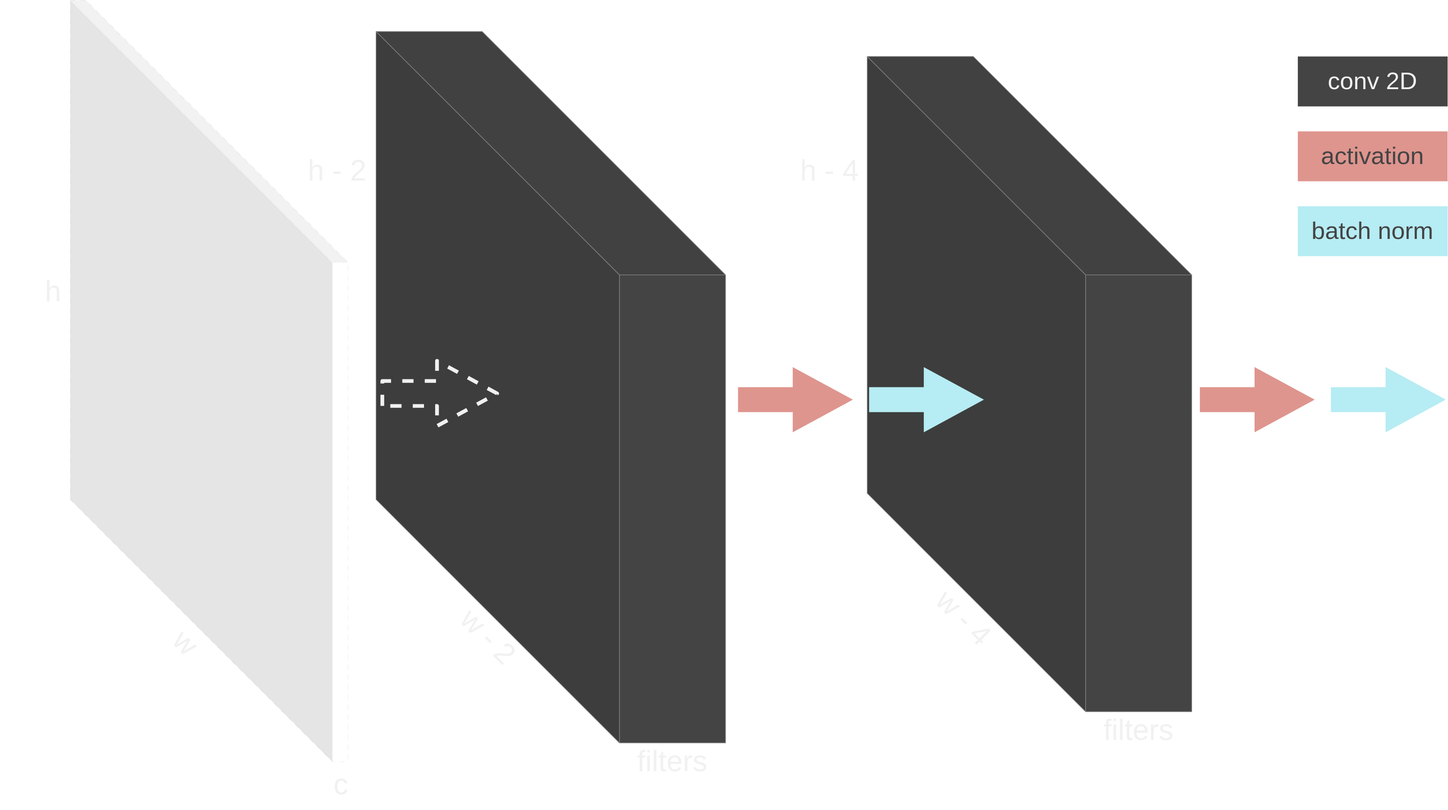
Before: sphinx/images/downsample_conv2d.svg, a diagram exported from draw.io (theNewFlesh/flatiron). Source tidied: cells renumbered, new cells last; positions are measured from the earlier drawing's top-left corner, leaving out a move shared by most shapes.
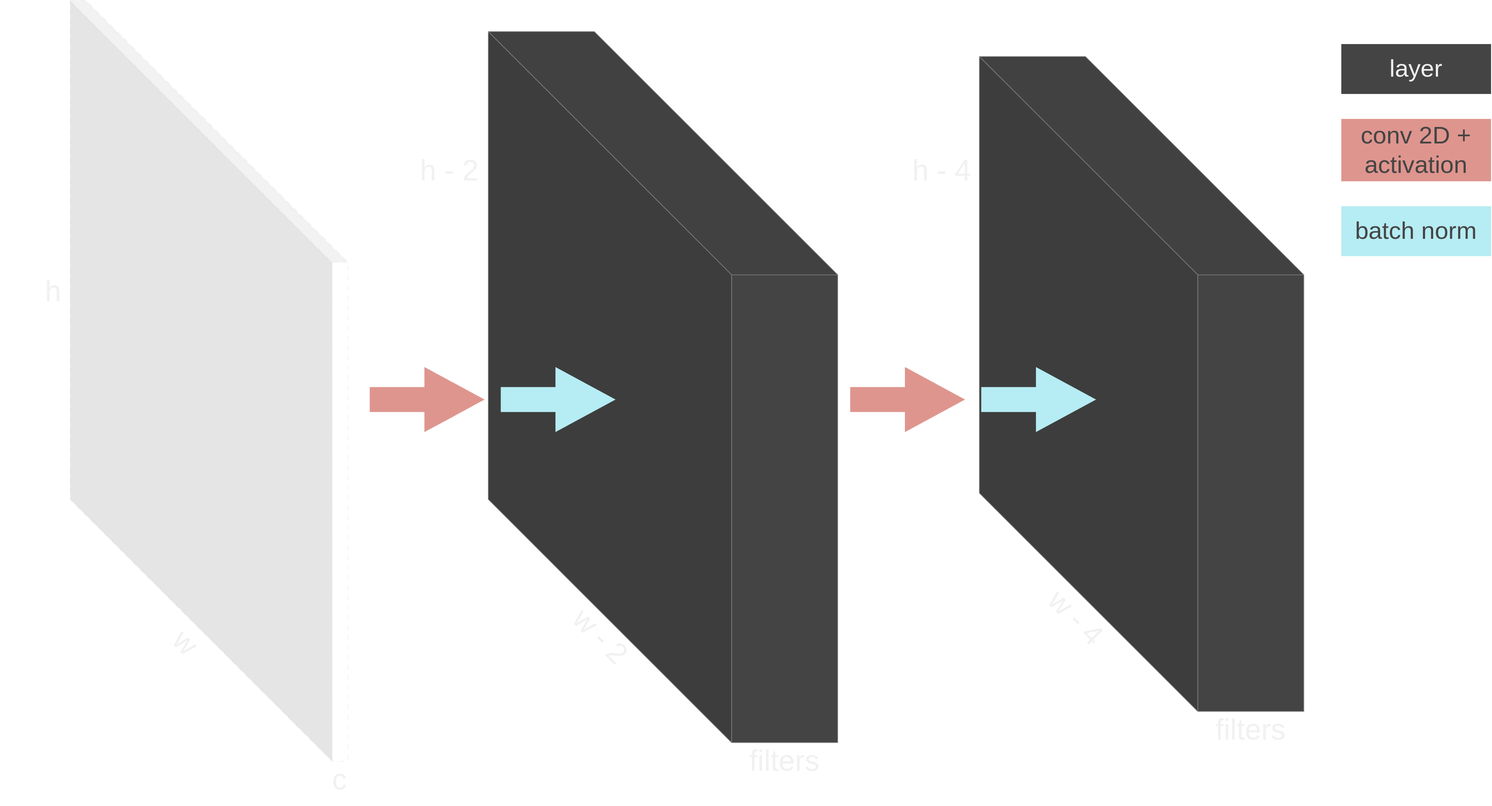
After the commit.

What changed in the source:
```diff
@@ -5,14 +5,14 @@
     <mxCell id="2" style="shape=cube;whiteSpace=wrap;html=1;boundedLbl=1;backgroundOutline=1;darkOpacity=0.05;darkOpacity2=0.1;size=350;fillColor=#444444;strokeColor=#888888;" parent="1" vertex="1">
       <mxGeometry x="1389" y="90" width="520" height="1050" as="geometry" />
     </mxCell>
-    <mxCell id="3" value="&lt;font style=&quot;font-size: 39px;&quot;&gt;activation&lt;/font&gt;" style="text;html=1;strokeColor=none;fillColor=#DE958E;align=center;verticalAlign=middle;whiteSpace=wrap;rounded=0;fontColor=#444444;" parent="1" vertex="1">
-      <mxGeometry x="2079" y="210" width="240" height="80" as="geometry" />
+    <mxCell id="3" value="&lt;font style=&quot;font-size: 39px;&quot;&gt;conv 2D + activation&lt;/font&gt;" style="text;html=1;strokeColor=none;fillColor=#DE958E;align=center;verticalAlign=middle;whiteSpace=wrap;rounded=0;fontColor=#444444;" parent="1" vertex="1">
+      <mxGeometry x="1969" y="190" width="240" height="100" as="geometry" />
     </mxCell>
     <mxCell id="4" value="&lt;font style=&quot;font-size: 39px;&quot;&gt;batch norm&lt;/font&gt;" style="text;html=1;strokeColor=none;fillColor=#B6ECF3;align=center;verticalAlign=middle;whiteSpace=wrap;rounded=0;fontColor=#444444;" parent="1" vertex="1">
-      <mxGeometry x="2079" y="330" width="240" height="80" as="geometry" />
+      <mxGeometry x="1969" y="330" width="240" height="80" as="geometry" />
     </mxCell>
-    <mxCell id="5" value="&lt;font style=&quot;font-size: 39px;&quot;&gt;conv 2D&lt;/font&gt;" style="text;html=1;strokeColor=none;fillColor=#444444;align=center;verticalAlign=middle;whiteSpace=wrap;rounded=0;fontColor=#f1f1f1;" parent="1" vertex="1">
-      <mxGeometry x="2079" y="90" width="240" height="80" as="geometry" />
+    <mxCell id="5" value="&lt;span style=&quot;font-size: 39px;&quot;&gt;layer&lt;/span&gt;" style="text;html=1;strokeColor=none;fillColor=#444444;align=center;verticalAlign=middle;whiteSpace=wrap;rounded=0;fontColor=#f1f1f1;" parent="1" vertex="1">
+      <mxGeometry x="1969" y="70" width="240" height="80" as="geometry" />
     </mxCell>
     <mxCell id="6" value="&lt;font style=&quot;font-size: 47px;&quot;&gt;filters&lt;/font&gt;" style="text;html=1;strokeColor=none;fillColor=none;align=center;verticalAlign=middle;whiteSpace=wrap;rounded=0;fontColor=#f1f1f1;fontSize=47;" parent="1" vertex="1">
       <mxGeometry x="1739" y="1130" width="170" height="80" as="geometry" />
@@ -44,38 +44,32 @@
         <mxPoint x="1369" y="640" as="targetPoint" />
       </mxGeometry>
     </mxCell>
-    <mxCell id="14" style="shape=cube;whiteSpace=wrap;html=1;boundedLbl=1;backgroundOutline=1;darkOpacity=0.05;darkOpacity2=0.1;size=420;fillColor=none;strokeColor=#f1f1f1;dashed=1;dashPattern=8 8;" parent="1" vertex="1">
-      <mxGeometry x="112" width="445" height="1220" as="geometry" />
-    </mxCell>
     <mxCell id="15" value="&lt;font style=&quot;font-size: 47px;&quot;&gt;c&lt;/font&gt;" style="text;html=1;strokeColor=none;fillColor=none;align=center;verticalAlign=middle;whiteSpace=wrap;rounded=0;fontColor=#f1f1f1;fontSize=47;" parent="1" vertex="1">
-      <mxGeometry x="461" y="1217" width="170" height="80" as="geometry" />
+      <mxGeometry x="279" y="1210" width="170" height="80" as="geometry" />
     </mxCell>
     <mxCell id="16" value="&lt;font style=&quot;font-size: 47px;&quot;&gt;w&lt;/font&gt;" style="text;html=1;strokeColor=none;fillColor=none;align=center;verticalAlign=middle;whiteSpace=wrap;rounded=0;rotation=45;fontColor=#f1f1f1;fontSize=47;" parent="1" vertex="1">
-      <mxGeometry x="112" y="990" width="370" height="80" as="geometry" />
+      <mxGeometry x="-68" y="990" width="370" height="80" as="geometry" />
     </mxCell>
     <mxCell id="17" value="&lt;font style=&quot;font-size: 47px;&quot;&gt;h&lt;/font&gt;" style="text;html=1;strokeColor=none;fillColor=none;align=center;verticalAlign=middle;whiteSpace=wrap;rounded=0;fontColor=#f1f1f1;fontSize=47;" parent="1" vertex="1">
-      <mxGeometry y="427" width="170" height="80" as="geometry" />
+      <mxGeometry x="-180" y="427" width="170" height="80" as="geometry" />
     </mxCell>
     <mxCell id="18" value="&lt;font style=&quot;font-size: 47px;&quot;&gt;h - 2&lt;br style=&quot;font-size: 47px;&quot;&gt;&lt;/font&gt;" style="text;html=1;strokeColor=none;fillColor=none;align=center;verticalAlign=middle;whiteSpace=wrap;rounded=0;rotation=0;fontColor=#f1f1f1;fontSize=47;" parent="1" vertex="1">
       <mxGeometry x="470" y="233" width="140" height="80" as="geometry" />
     </mxCell>
     <mxCell id="19" style="shape=flexArrow;endArrow=classic;html=1;fontSize=43;fontColor=#F0F0F0;endWidth=58.333333333333336;endSize=30.116666666666667;width=35;strokeWidth=6;fillColor=#B6ECF3;strokeColor=none;" parent="1" edge="1">
       <mxGeometry relative="1" as="geometry">
-        <mxPoint x="2129" y="640" as="sourcePoint" />
-        <mxPoint x="2319" y="640" as="targetPoint" />
+        <mxPoint x="619" y="640" as="sourcePoint" />
+        <mxPoint x="809" y="640" as="targetPoint" />
       </mxGeometry>
     </mxCell>
     <mxCell id="20" style="shape=flexArrow;endArrow=classic;html=1;fontSize=43;fontColor=#F0F0F0;endWidth=58.333333333333336;endSize=30.116666666666667;width=35;strokeWidth=6;fillColor=#DE958E;strokeColor=none;" parent="1" edge="1">
       <mxGeometry relative="1" as="geometry">
-        <mxPoint x="1919" y="640" as="sourcePoint" />
-        <mxPoint x="2109" y="640" as="targetPoint" />
+        <mxPoint x="409" y="640" as="sourcePoint" />
+        <mxPoint x="599" y="640" as="targetPoint" />
       </mxGeometry>
     </mxCell>
-    <mxCell id="21" style="shape=flexArrow;endArrow=classic;html=1;fontSize=43;fontColor=#F0F0F0;endWidth=58.333333333333336;endSize=30.116666666666667;width=35;strokeWidth=6;fillColor=none;strokeColor=#f1f1f1;dashed=1;" parent="1" edge="1">
-      <mxGeometry relative="1" as="geometry">
-        <mxPoint x="609" y="630" as="sourcePoint" />
-        <mxPoint x="799" y="630" as="targetPoint" />
-      </mxGeometry>
-    </mxCell>
+    <mxCell id="14" style="shape=cube;whiteSpace=wrap;html=1;boundedLbl=1;backgroundOutline=1;darkOpacity=0.05;darkOpacity2=0.1;size=420;fillColor=none;strokeColor=#f1f1f1;dashed=1;dashPattern=8 8;" parent="1" vertex="1">
+      <mxGeometry x="-68" width="445" height="1220" as="geometry" />
+    </mxCell>
   </root>
 </mxGraphModel>
```
